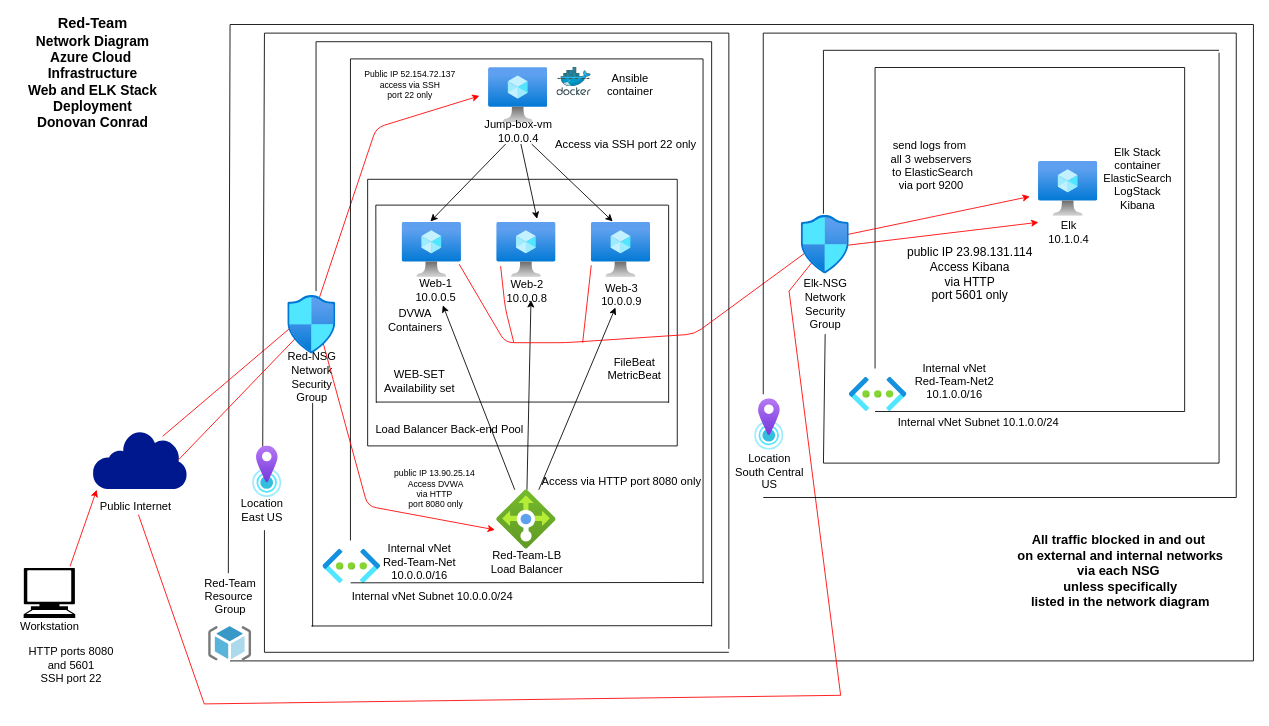
Before: Diagrams/DConrad-Network-Diagram-Web-AND-ELK-Deployment-Azure.drawio in donovanconrad/cybersecurity_projects, a draw.io diagram. Source tidied: cells renumbered, new cells numbered last; positions are measured from the earlier drawing's top-left corner, leaving out a move shared by most shapes. Both pictures are drawn from the tidied source at 86%, with x=0, y=0 at pixel (15, 21).
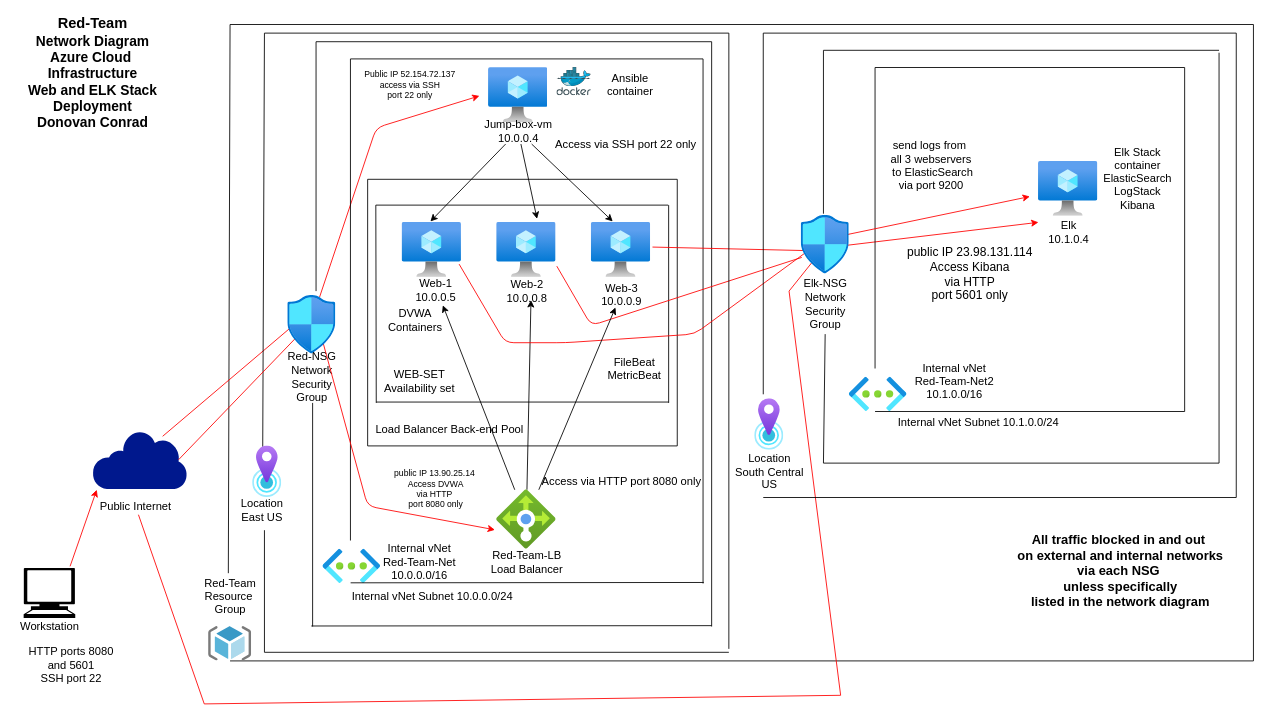
The same page after the edit.

Commit message (it also covers changes not shown here):
Update Network Diagrams last time

The change refers to these unchanged cells:
```xml
<mxCell id="4" style="html=1;points=[];align=center;image;fontSize=12;image=img/lib/azure2/compute/Virtual_Machine.svg;" parent="1" vertex="1">
  <mxGeometry x="670" y="234" width="69" height="64" as="geometry" />
</mxCell>
<mxCell id="5" style="html=1;points=[];align=center;image;fontSize=12;image=img/lib/azure2/compute/Virtual_Machine.svg;" parent="1" vertex="1">
  <mxGeometry x="560" y="234" width="69" height="64" as="geometry" />
</mxCell>
<mxCell id="100" style="html=1;points=[];align=center;image;fontSize=12;image=img/lib/azure2/networking/Network_Security_Groups.svg;" parent="1" vertex="1">
  <mxGeometry x="914" y="226" width="56" height="68" as="geometry" />
</mxCell>
```

Diff of the diagram source:
```diff
@@
-    <mxCell id="80" style="endArrow=none;html=1;fontSize=13;entryX=0.067;entryY=0.797;entryDx=0;entryDy=0;entryPerimeter=0;strokeColor=#FF0000;" parent="1" edge="1" target="5">
+    <mxCell id="80" style="endArrow=none;html=1;fontSize=13;entryX=1.014;entryY=0.797;entryDx=0;entryDy=0;entryPerimeter=0;strokeColor=#FF0000;exitX=0.014;exitY=0.718;exitDx=0;exitDy=0;exitPerimeter=0;" parent="1" edge="1" source="100" target="5">
       <mxGeometry relative="1" as="geometry">
-        <mxPoint x="580" y="374" as="sourcePoint" />
         <Array as="points">
-          <mxPoint x="570" y="334" />
+          <mxPoint x="670" y="354" />
         </Array>
       </mxGeometry>
     </mxCell>
-    <mxCell id="81" style="endArrow=none;html=1;fontSize=13;entryX=0;entryY=0.781;entryDx=0;entryDy=0;entryPerimeter=0;strokeColor=#FF0000;" parent="1" edge="1" target="4">
-      <mxGeometry relative="1" as="geometry">
-        <mxPoint x="660" y="374" as="sourcePoint" />
-      </mxGeometry>
+    <mxCell id="81" style="endArrow=none;html=1;fontSize=13;entryX=1.032;entryY=0.45;entryDx=0;entryDy=0;entryPerimeter=0;strokeColor=#FF0000;exitX=0.043;exitY=0.6;exitDx=0;exitDy=0;exitPerimeter=0;" parent="1" edge="1" source="100" target="4">
+      <mxGeometry relative="1" as="geometry" />
     </mxCell>
```
